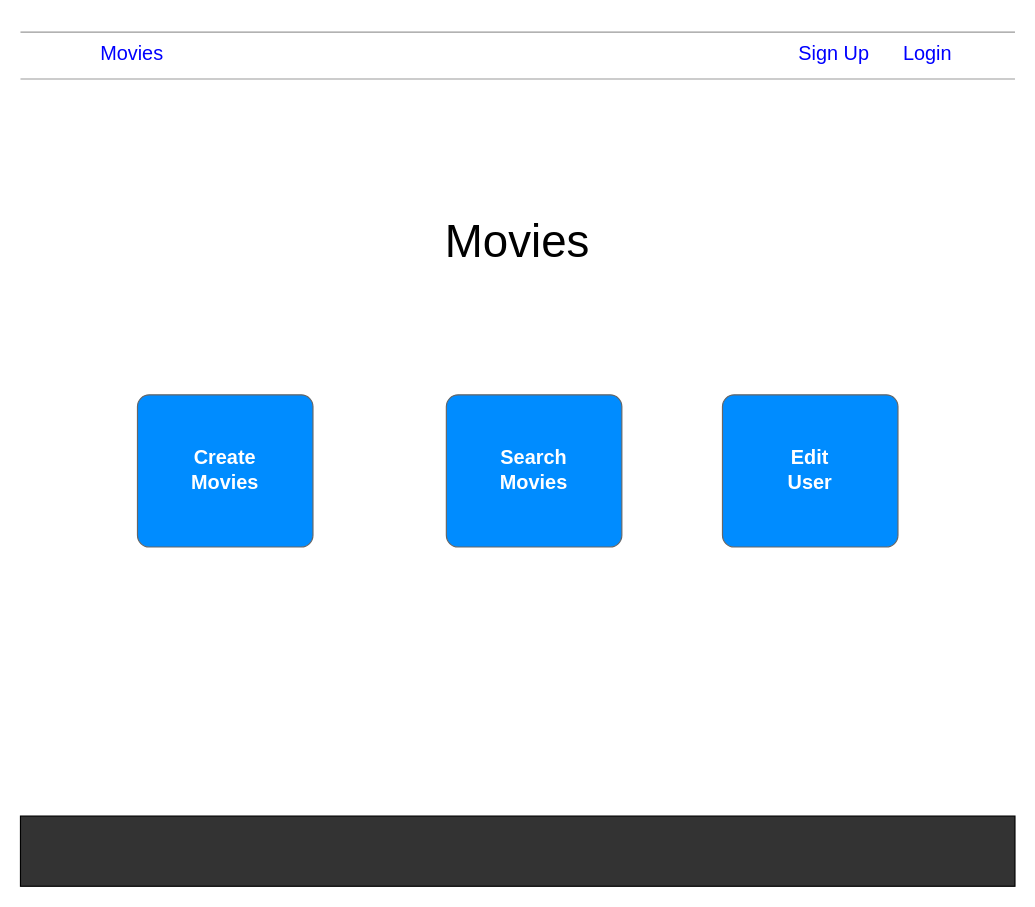
Earlier version of the draw.io diagram page "Menu" (3 of 8) of Docs/Wireframe.drawio (natank/diagrams). Source tidied: cells renumbered, new cells numbered last; positions are measured from the earlier drawing's top-left corner, leaving out a move shared by most shapes. Both pictures are drawn from the tidied source at 117%, with x=0, y=0 at pixel (20, 20).
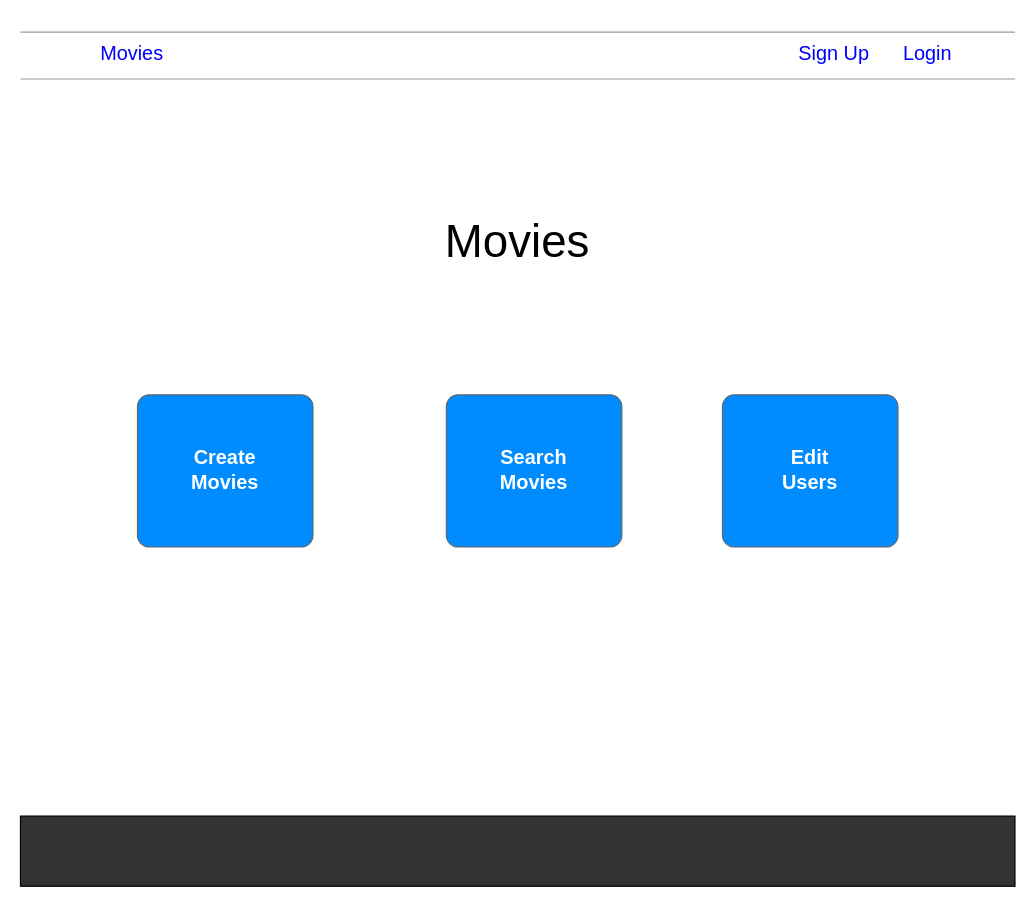
After the change.

Diff of the diagram source:
```diff
@@
 <mxGraphModel>
   <root>
     <mxCell id="0" />
     <mxCell id="1" parent="0" />
     <mxCell id="2" style="verticalLabelPosition=bottom;shadow=0;dashed=0;align=center;html=1;verticalAlign=top;strokeWidth=1;shape=mxgraph.mockup.markup.line;strokeColor=#999999;" parent="1" vertex="1">
       <mxGeometry width="850" height="20" as="geometry" />
     </mxCell>
     <mxCell id="3" style="verticalLabelPosition=bottom;shadow=0;dashed=0;align=center;html=1;verticalAlign=top;strokeWidth=1;shape=mxgraph.mockup.markup.line;strokeColor=#999999;" parent="1" vertex="1">
       <mxGeometry y="40" width="850" height="20" as="geometry" />
     </mxCell>
     <mxCell id="4" value="Movies" style="shape=rectangle;strokeColor=none;fillColor=none;linkText=;fontSize=17;fontColor=#0000ff;fontStyle=0;html=1;align=center;" parent="1" vertex="1">
       <mxGeometry x="50" y="14" width="90" height="30" as="geometry" />
     </mxCell>
     <mxCell id="5" value="Login" style="shape=rectangle;strokeColor=none;fillColor=none;linkText=;fontSize=17;fontColor=#0000ff;fontStyle=0;html=1;align=center;" parent="1" vertex="1">
       <mxGeometry x="730" y="14" width="90" height="30" as="geometry" />
     </mxCell>
     <mxCell id="6" value="Sign Up" style="shape=rectangle;strokeColor=none;fillColor=none;linkText=;fontSize=17;fontColor=#0000ff;fontStyle=0;html=1;align=center;" parent="1" vertex="1">
       <mxGeometry x="650" y="14" width="90" height="30" as="geometry" />
     </mxCell>
     <mxCell id="7" value="Create&lt;br&gt;Movies" style="strokeWidth=1;shadow=0;dashed=0;align=center;html=1;shape=mxgraph.mockup.buttons.button;strokeColor=#666666;fontColor=#ffffff;mainText=;buttonStyle=round;fontSize=17;fontStyle=1;fillColor=#008cff;whiteSpace=wrap;" parent="1" vertex="1">
       <mxGeometry x="100" y="320" width="150" height="130" as="geometry" />
     </mxCell>
     <mxCell id="8" value="Search &lt;br&gt;Movies" style="strokeWidth=1;shadow=0;dashed=0;align=center;html=1;shape=mxgraph.mockup.buttons.button;strokeColor=#666666;fontColor=#ffffff;mainText=;buttonStyle=round;fontSize=17;fontStyle=1;fillColor=#008cff;whiteSpace=wrap;" parent="1" vertex="1">
       <mxGeometry x="364" y="320" width="150" height="130" as="geometry" />
     </mxCell>
-    <mxCell id="9" value="Edit&lt;br&gt;User" style="strokeWidth=1;shadow=0;dashed=0;align=center;html=1;shape=mxgraph.mockup.buttons.button;strokeColor=#666666;fontColor=#ffffff;mainText=;buttonStyle=round;fontSize=17;fontStyle=1;fillColor=#008cff;whiteSpace=wrap;" parent="1" vertex="1">
+    <mxCell id="9" value="Edit&lt;br&gt;Users" style="strokeWidth=1;shadow=0;dashed=0;align=center;html=1;shape=mxgraph.mockup.buttons.button;strokeColor=#666666;fontColor=#ffffff;mainText=;buttonStyle=round;fontSize=17;fontStyle=1;fillColor=#008cff;whiteSpace=wrap;" parent="1" vertex="1">
       <mxGeometry x="600" y="320" width="150" height="130" as="geometry" />
     </mxCell>
     <mxCell id="10" value="Movies" style="text;html=1;strokeColor=none;fillColor=none;align=center;verticalAlign=middle;whiteSpace=wrap;rounded=0;strokeWidth=3;fontSize=39;" parent="1" vertex="1">
       <mxGeometry x="355" y="160" width="140" height="60" as="geometry" />
     </mxCell>
     <mxCell id="11" style="rounded=0;whiteSpace=wrap;html=1;sketch=0;align=left;labelBackgroundColor=#333333;fillColor=#333333;" parent="1" vertex="1">
       <mxGeometry y="680" width="850" height="60" as="geometry" />
     </mxCell>
   </root>
 </mxGraphModel>
```
